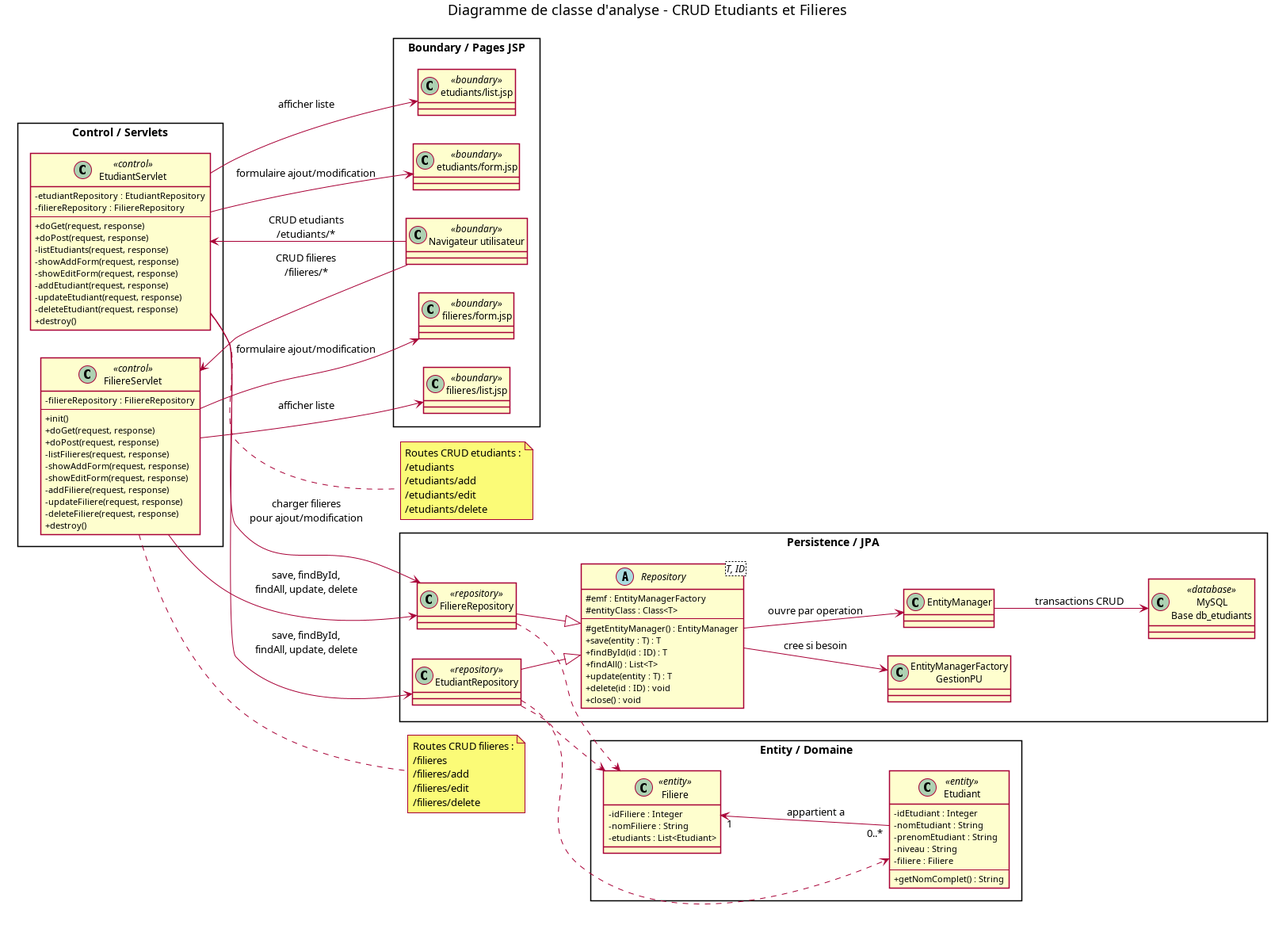
The PlantUML diagram docs/uml/images/classe-analyse.png in mehdidabaj/app-etudiant, before a commit. Its source is kept beside it as docs/uml/classe-analyse.puml.
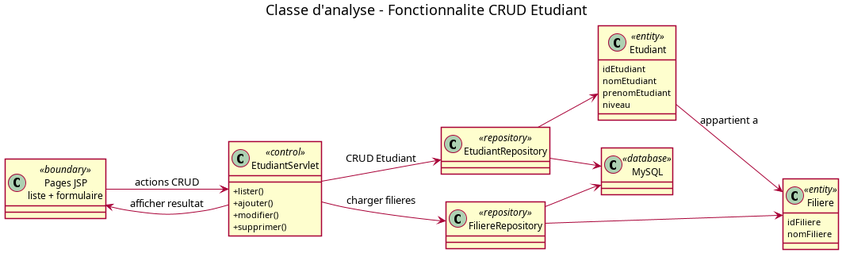
The same file after the commit.

Diff of the diagram source:
```diff
@@ -1,129 +1,45 @@
 @startuml
-title Diagramme de classe d'analyse - CRUD Etudiants et Filieres
+title Classe d'analyse - Fonctionnalite CRUD Etudiant
 
 skinparam classAttributeIconSize 0
 skinparam shadowing false
-skinparam packageStyle rectangle
 left to right direction
 
-package "Boundary / Pages JSP" {
-  class "Navigateur utilisateur" as Browser <<boundary>>
-  class "etudiants/list.jsp" as EtudiantListView <<boundary>>
-  class "etudiants/form.jsp" as EtudiantFormView <<boundary>>
-  class "filieres/list.jsp" as FiliereListView <<boundary>>
-  class "filieres/form.jsp" as FiliereFormView <<boundary>>
+class "Pages JSP\nliste + formulaire" as JSP <<boundary>>
+
+class EtudiantServlet <<control>> {
+  + lister()
+  + ajouter()
+  + modifier()
+  + supprimer()
 }
 
-package "Control / Servlets" {
-  class EtudiantServlet <<control>> {
-    - etudiantRepository : EtudiantRepository
-    - filiereRepository : FiliereRepository
-    --
-    + doGet(request, response)
-    + doPost(request, response)
-    - listEtudiants(request, response)
-    - showAddForm(request, response)
-    - showEditForm(request, response)
-    - addEtudiant(request, response)
-    - updateEtudiant(request, response)
-    - deleteEtudiant(request, response)
-    + destroy()
-  }
-
-  class FiliereServlet <<control>> {
-    - filiereRepository : FiliereRepository
-    --
-    + init()
-    + doGet(request, response)
-    + doPost(request, response)
-    - listFilieres(request, response)
-    - showAddForm(request, response)
-    - showEditForm(request, response)
-    - addFiliere(request, response)
-    - updateFiliere(request, response)
-    - deleteFiliere(request, response)
-    + destroy()
-  }
+class Etudiant <<entity>> {
+  idEtudiant
+  nomEtudiant
+  prenomEtudiant
+  niveau
 }
 
-package "Entity / Domaine" {
-  class Etudiant <<entity>> {
-    - idEtudiant : Integer
-    - nomEtudiant : String
-    - prenomEtudiant : String
-    - niveau : String
-    - filiere : Filiere
-    --
-    + getNomComplet() : String
-  }
-
-  class Filiere <<entity>> {
-    - idFiliere : Integer
-    - nomFiliere : String
-    - etudiants : List<Etudiant>
-  }
+class Filiere <<entity>> {
+  idFiliere
+  nomFiliere
 }
 
-package "Persistence / JPA" {
-  abstract class "Repository<T, ID>" as Repository {
-    # emf : EntityManagerFactory
-    # entityClass : Class<T>
-    --
-    # getEntityManager() : EntityManager
-    + save(entity : T) : T
-    + findById(id : ID) : T
-    + findAll() : List<T>
-    + update(entity : T) : T
-    + delete(id : ID) : void
-    + close() : void
-  }
+class EtudiantRepository <<repository>>
+class FiliereRepository <<repository>>
+class "MySQL" as DB <<database>>
 
-  class EtudiantRepository <<repository>>
-  class FiliereRepository <<repository>>
-  class "EntityManagerFactory\nGestionPU" as EMF
-  class "EntityManager" as EM
-  class "MySQL\nBase db_etudiants" as DB <<database>>
-}
+JSP --> EtudiantServlet : actions CRUD
+EtudiantServlet --> JSP : afficher resultat
+EtudiantServlet --> EtudiantRepository : CRUD Etudiant
+EtudiantServlet --> FiliereRepository : charger filieres
 
-Browser --> EtudiantServlet : CRUD etudiants\n/etudiants/*
-Browser --> FiliereServlet : CRUD filieres\n/filieres/*
+EtudiantRepository --> Etudiant
+FiliereRepository --> Filiere
+Etudiant --> Filiere : appartient a
 
-EtudiantServlet --> EtudiantListView : afficher liste
-EtudiantServlet --> EtudiantFormView : formulaire ajout/modification
-FiliereServlet --> FiliereListView : afficher liste
-FiliereServlet --> FiliereFormView : formulaire ajout/modification
-
-EtudiantServlet --> EtudiantRepository : save, findById,\nfindAll, update, delete
-EtudiantServlet --> FiliereRepository : charger filieres\npour ajout/modification
-FiliereServlet --> FiliereRepository : save, findById,\nfindAll, update, delete
-
-EtudiantRepository --|> Repository
-FiliereRepository --|> Repository
-
-EtudiantRepository ..> Etudiant
-EtudiantRepository ..> Filiere
-FiliereRepository ..> Filiere
-
-Filiere "1" <-- "0..*" Etudiant : appartient a
-
-Repository --> EMF : cree si besoin
-Repository --> EM : ouvre par operation
-EM --> DB : transactions CRUD
-
-note right of EtudiantServlet
-  Routes CRUD etudiants :
-  /etudiants
-  /etudiants/add
-  /etudiants/edit
-  /etudiants/delete
-end note
-
-note right of FiliereServlet
-  Routes CRUD filieres :
-  /filieres
-  /filieres/add
-  /filieres/edit
-  /filieres/delete
-end note
+EtudiantRepository --> DB
+FiliereRepository --> DB
 
 @enduml
```
